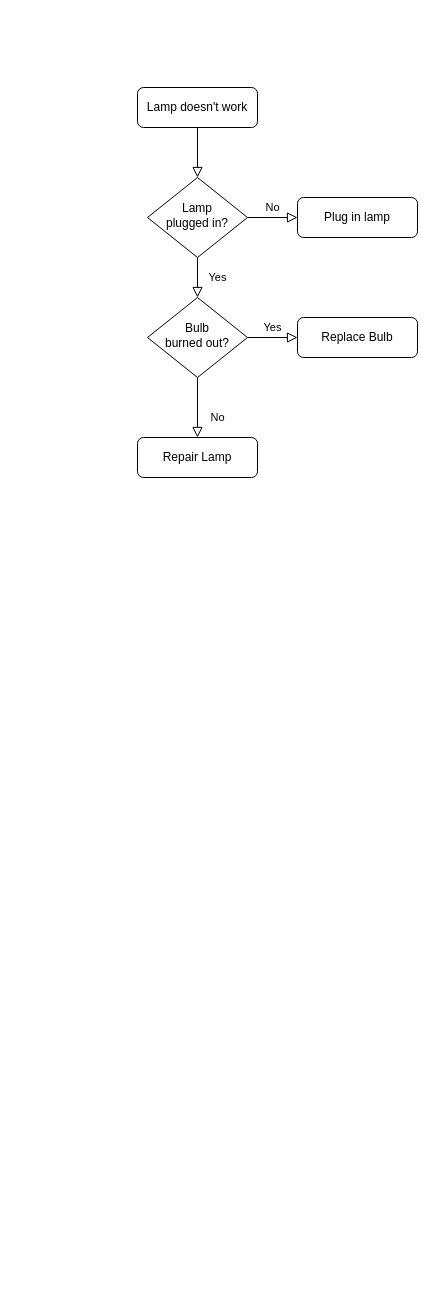
Earlier version of the draw.io diagram 제목 없는 다이어그램.drawio (REDCRAB11/Study). Source tidied: cells renumbered, new cells numbered last; positions are measured from the earlier drawing's top-left corner, leaving out a move shared by most shapes. Both pictures are drawn from the tidied source at 100%, with x=0, y=0 at pixel (137, 87).
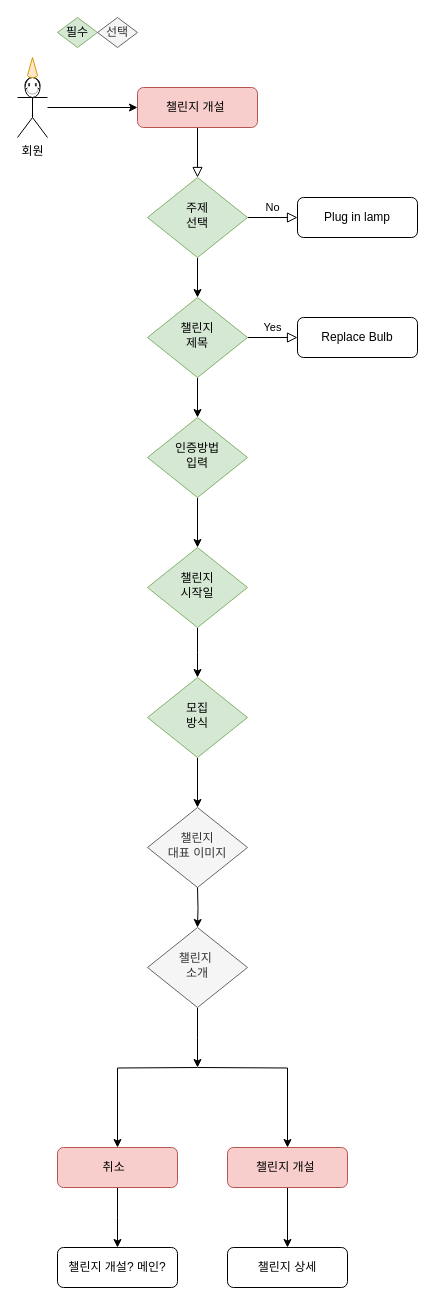
Above is the later version.

The change refers to these unchanged cells:
```xml
<mxCell id="7" value="Plug in lamp" style="rounded=1;whiteSpace=wrap;html=1;fontSize=12;glass=0;strokeWidth=1;shadow=0;" parent="1" vertex="1">
  <mxGeometry x="160" y="110" width="120" height="40" as="geometry" />
</mxCell>
```

What changed in the source:
```diff
@@
-    <mxCell id="3" value="Lamp doesn't work" style="rounded=1;whiteSpace=wrap;html=1;fontSize=12;glass=0;strokeWidth=1;shadow=0;" parent="1" vertex="1">
+    <mxCell id="3" value="챌린지 개설&amp;nbsp;" style="rounded=1;whiteSpace=wrap;html=1;fontSize=12;glass=0;strokeWidth=1;shadow=0;fillColor=#f8cecc;strokeColor=#b85450;" parent="1" vertex="1">
       <mxGeometry width="120" height="40" as="geometry" />
     </mxCell>
+    <mxCell id="5" value="No" style="edgeStyle=orthogonalEdgeStyle;rounded=0;html=1;jettySize=auto;fontSize=11;endArrow=block;endFill=0;endSize=8;strokeWidth=1;shadow=0;labelBackgroundColor=none;" parent="1" edge="1" source="6" target="7">
+      <mxGeometry y="10" relative="1" as="geometry" />
+    </mxCell>
-    <mxCell id="4" value="Yes" style="rounded=0;html=1;jettySize=auto;fontSize=11;endArrow=block;endFill=0;endSize=8;strokeWidth=1;shadow=0;labelBackgroundColor=none;edgeStyle=orthogonalEdgeStyle;" parent="1" edge="1" source="6" target="10">
-      <mxGeometry y="20" relative="1" as="geometry" />
+    <mxCell id="4" style="edgeStyle=orthogonalEdgeStyle;rounded=0;jettySize=auto;html=1;exitX=0.5;exitY=1;exitDx=0;exitDy=0;entryX=0.5;entryY=0;entryDx=0;entryDy=0;" parent="1" edge="1" source="6" target="10">
+      <mxGeometry relative="1" as="geometry" />
     </mxCell>
-    <mxCell id="5" value="No" style="edgeStyle=orthogonalEdgeStyle;rounded=0;html=1;jettySize=auto;fontSize=11;endArrow=block;endFill=0;endSize=8;strokeWidth=1;shadow=0;labelBackgroundColor=none;" parent="1" edge="1" source="6" target="7">
-      <mxGeometry y="10" relative="1" as="geometry" />
-    </mxCell>
-    <mxCell id="6" value="Lamp&lt;br&gt;plugged in?" style="rhombus;whiteSpace=wrap;html=1;shadow=0;fontFamily=Helvetica;fontSize=12;align=center;strokeWidth=1;spacing=6;spacingTop=-4;" parent="1" vertex="1">
+    <mxCell id="6" value="주제&lt;br&gt;선택" style="rhombus;whiteSpace=wrap;html=1;shadow=0;fontFamily=Helvetica;fontSize=12;align=center;strokeWidth=1;spacing=6;spacingTop=-4;fillColor=#d5e8d4;strokeColor=#82b366;" parent="1" vertex="1">
       <mxGeometry x="10" y="90" width="100" height="80" as="geometry" />
     </mxCell>
@@
-    <mxCell id="8" value="No" style="rounded=0;html=1;jettySize=auto;fontSize=11;endArrow=block;endFill=0;endSize=8;strokeWidth=1;shadow=0;labelBackgroundColor=none;edgeStyle=orthogonalEdgeStyle;" parent="1" edge="1" source="10" target="11">
-      <mxGeometry x="0.33" y="20" relative="1" as="geometry" />
-    </mxCell>
@@
+    <mxCell id="13" style="edgeStyle=orthogonalEdgeStyle;rounded=0;jettySize=auto;html=1;entryX=0.5;entryY=0;entryDx=0;entryDy=0;" parent="1" edge="1" source="10" target="18">
+      <mxGeometry relative="1" as="geometry" />
+    </mxCell>
-    <mxCell id="10" value="Bulb&lt;br&gt;burned out?" style="rhombus;whiteSpace=wrap;html=1;shadow=0;fontFamily=Helvetica;fontSize=12;align=center;strokeWidth=1;spacing=6;spacingTop=-4;" parent="1" vertex="1">
+    <mxCell id="10" value="챌린지&lt;br&gt;제목" style="rhombus;whiteSpace=wrap;html=1;shadow=0;fontFamily=Helvetica;fontSize=12;align=center;strokeWidth=1;spacing=6;spacingTop=-4;fillColor=#d5e8d4;strokeColor=#82b366;" parent="1" vertex="1">
       <mxGeometry x="10" y="210" width="100" height="80" as="geometry" />
     </mxCell>
+    <mxCell id="14" style="edgeStyle=orthogonalEdgeStyle;rounded=0;jettySize=auto;html=1;" parent="1" edge="1" source="11">
+      <mxGeometry relative="1" as="geometry">
+        <mxPoint x="-20" y="1160" as="targetPoint" />
+      </mxGeometry>
+    </mxCell>
-    <mxCell id="11" value="Repair Lamp" style="rounded=1;whiteSpace=wrap;html=1;fontSize=12;glass=0;strokeWidth=1;shadow=0;" parent="1" vertex="1">
-      <mxGeometry y="350" width="120" height="40" as="geometry" />
+    <mxCell id="11" value="취소&amp;nbsp;&lt;span style=&quot;white-space: pre;&quot;&gt; &lt;/span&gt;" style="rounded=1;whiteSpace=wrap;html=1;fontSize=12;glass=0;strokeWidth=1;shadow=0;fillColor=#f8cecc;strokeColor=#b85450;" parent="1" vertex="1">
+      <mxGeometry x="-80" y="1060" width="120" height="40" as="geometry" />
     </mxCell>
@@
+    <mxCell id="15" style="edgeStyle=orthogonalEdgeStyle;rounded=0;jettySize=auto;html=1;" parent="1" edge="1" source="16" target="3">
+      <mxGeometry relative="1" as="geometry" />
+    </mxCell>
+    <mxCell id="16" value="회원" style="shape=umlActor;verticalLabelPosition=bottom;verticalAlign=top;html=1;outlineConnect=0;" parent="1" vertex="1">
+      <mxGeometry x="-120" y="-10" width="30" height="60" as="geometry" />
+    </mxCell>
+    <mxCell id="17" style="edgeStyle=orthogonalEdgeStyle;rounded=0;jettySize=auto;html=1;" parent="1" edge="1" source="18" target="20">
+      <mxGeometry relative="1" as="geometry" />
+    </mxCell>
+    <mxCell id="18" value="인증방법&lt;br&gt;입력" style="rhombus;whiteSpace=wrap;html=1;shadow=0;fontFamily=Helvetica;fontSize=12;align=center;strokeWidth=1;spacing=6;spacingTop=-4;fillColor=#d5e8d4;strokeColor=#82b366;" parent="1" vertex="1">
+      <mxGeometry x="10" y="330" width="100" height="80" as="geometry" />
+    </mxCell>
+    <mxCell id="19" style="edgeStyle=orthogonalEdgeStyle;rounded=0;jettySize=auto;html=1;" parent="1" edge="1" source="20">
+      <mxGeometry relative="1" as="geometry">
+        <mxPoint x="60" y="590" as="targetPoint" />
+      </mxGeometry>
+    </mxCell>
+    <mxCell id="20" value="챌린지&lt;br&gt;시작일" style="rhombus;whiteSpace=wrap;html=1;shadow=0;fontFamily=Helvetica;fontSize=12;align=center;strokeWidth=1;spacing=6;spacingTop=-4;fillColor=#d5e8d4;strokeColor=#82b366;" parent="1" vertex="1">
+      <mxGeometry x="10" y="460" width="100" height="80" as="geometry" />
+    </mxCell>
+    <mxCell id="21" style="edgeStyle=orthogonalEdgeStyle;rounded=0;jettySize=auto;html=1;" parent="1" edge="1" source="22" target="23">
+      <mxGeometry relative="1" as="geometry" />
+    </mxCell>
+    <mxCell id="22" value="모집&lt;br&gt;방식" style="rhombus;whiteSpace=wrap;html=1;shadow=0;fontFamily=Helvetica;fontSize=12;align=center;strokeWidth=1;spacing=6;spacingTop=-4;fillColor=#d5e8d4;strokeColor=#82b366;" parent="1" vertex="1">
+      <mxGeometry x="10" y="590" width="100" height="80" as="geometry" />
+    </mxCell>
+    <mxCell id="23" value="챌린지&lt;br&gt;대표 이미지" style="rhombus;whiteSpace=wrap;html=1;shadow=0;fontFamily=Helvetica;fontSize=12;align=center;strokeWidth=1;spacing=6;spacingTop=-4;fillColor=#f5f5f5;fontColor=#333333;strokeColor=#666666;" parent="1" vertex="1">
+      <mxGeometry x="10" y="720" width="100" height="80" as="geometry" />
+    </mxCell>
+    <mxCell id="24" style="edgeStyle=orthogonalEdgeStyle;rounded=0;jettySize=auto;html=1;" parent="1" edge="1" target="11">
+      <mxGeometry relative="1" as="geometry">
+        <mxPoint x="60.1" y="980" as="sourcePoint" />
+      </mxGeometry>
+    </mxCell>
+    <mxCell id="25" style="edgeStyle=orthogonalEdgeStyle;rounded=0;jettySize=auto;html=1;" parent="1" edge="1" target="28">
+      <mxGeometry relative="1" as="geometry">
+        <mxPoint x="60.1" y="980" as="sourcePoint" />
+      </mxGeometry>
+    </mxCell>
+    <mxCell id="26" style="edgeStyle=orthogonalEdgeStyle;rounded=0;jettySize=auto;html=1;entryX=0.5;entryY=0;entryDx=0;entryDy=0;" parent="1" edge="1" target="32">
+      <mxGeometry relative="1" as="geometry">
+        <mxPoint x="60" y="800" as="sourcePoint" />
+      </mxGeometry>
+    </mxCell>
+    <mxCell id="27" style="edgeStyle=orthogonalEdgeStyle;rounded=0;jettySize=auto;html=1;entryX=0.5;entryY=0;entryDx=0;entryDy=0;" parent="1" edge="1" source="28" target="30">
+      <mxGeometry relative="1" as="geometry" />
+    </mxCell>
+    <mxCell id="28" value="챌린지 개설&amp;nbsp;" style="rounded=1;whiteSpace=wrap;html=1;fontSize=12;glass=0;strokeWidth=1;shadow=0;fillColor=#f8cecc;strokeColor=#b85450;" parent="1" vertex="1">
+      <mxGeometry x="90" y="1060" width="120" height="40" as="geometry" />
+    </mxCell>
+    <mxCell id="29" value="챌린지 개설? 메인?" style="rounded=1;whiteSpace=wrap;html=1;fontSize=12;glass=0;strokeWidth=1;shadow=0;" parent="1" vertex="1">
+      <mxGeometry x="-80" y="1160" width="120" height="40" as="geometry" />
+    </mxCell>
+    <mxCell id="30" value="챌린지 상세" style="rounded=1;whiteSpace=wrap;html=1;fontSize=12;glass=0;strokeWidth=1;shadow=0;" parent="1" vertex="1">
+      <mxGeometry x="90" y="1160" width="120" height="40" as="geometry" />
+    </mxCell>
+    <mxCell id="31" style="edgeStyle=orthogonalEdgeStyle;rounded=0;jettySize=auto;html=1;" parent="1" edge="1" source="32">
+      <mxGeometry relative="1" as="geometry">
+        <mxPoint x="60" y="980" as="targetPoint" />
+      </mxGeometry>
+    </mxCell>
+    <mxCell id="32" value="챌린지&amp;nbsp;&lt;br&gt;소개" style="rhombus;whiteSpace=wrap;html=1;shadow=0;fontFamily=Helvetica;fontSize=12;align=center;strokeWidth=1;spacing=6;spacingTop=-4;fillColor=#f5f5f5;fontColor=#333333;strokeColor=#666666;" parent="1" vertex="1">
+      <mxGeometry x="10" y="840" width="100" height="80" as="geometry" />
+    </mxCell>
+    <mxCell id="33" value="필수" style="rhombus;whiteSpace=wrap;html=1;fillColor=#d5e8d4;strokeColor=#82b366;" parent="1" vertex="1">
+      <mxGeometry x="-80" y="-70" width="40" height="30" as="geometry" />
+    </mxCell>
+    <mxCell id="34" value="선택" style="rhombus;whiteSpace=wrap;html=1;fillColor=#f5f5f5;fontColor=#333333;strokeColor=#666666;" parent="1" vertex="1">
+      <mxGeometry x="-40" y="-70" width="40" height="30" as="geometry" />
+    </mxCell>
+    <mxCell id="35" style="verticalLabelPosition=bottom;verticalAlign=top;html=1;shape=mxgraph.basic.smiley;" parent="1" vertex="1">
+      <mxGeometry x="-112.5" y="-10" width="15" height="20" as="geometry" />
+    </mxCell>
+    <mxCell id="36" style="verticalLabelPosition=bottom;verticalAlign=top;html=1;shape=mxgraph.basic.cone2;dx=0.5;dy=0.9;fillColor=#ffe6cc;strokeColor=#d79b00;" parent="1" vertex="1">
+      <mxGeometry x="-110" y="-30" width="10" height="20" as="geometry" />
+    </mxCell>
```
